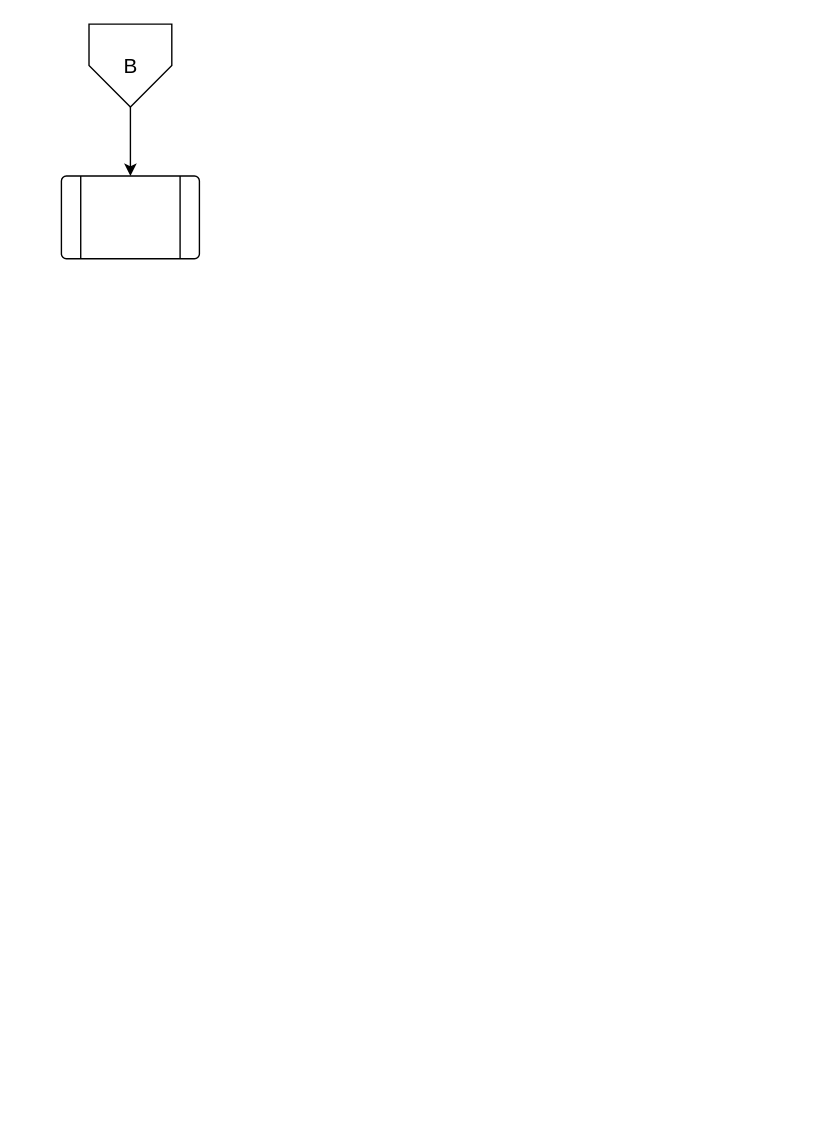
Above: page "flowchart jenis sampah" (16 of 16) of Untitled Diagram.drawio in dreamergirl01/uml_bankSampah (draw.io), before the change. Source tidied: cells renumbered, new cells numbered last; positions are measured from the earlier drawing's top-left corner, leaving out a move shared by most shapes. Both pictures are drawn from the tidied source at 138%, with x=0, y=0 at pixel (61, 23).
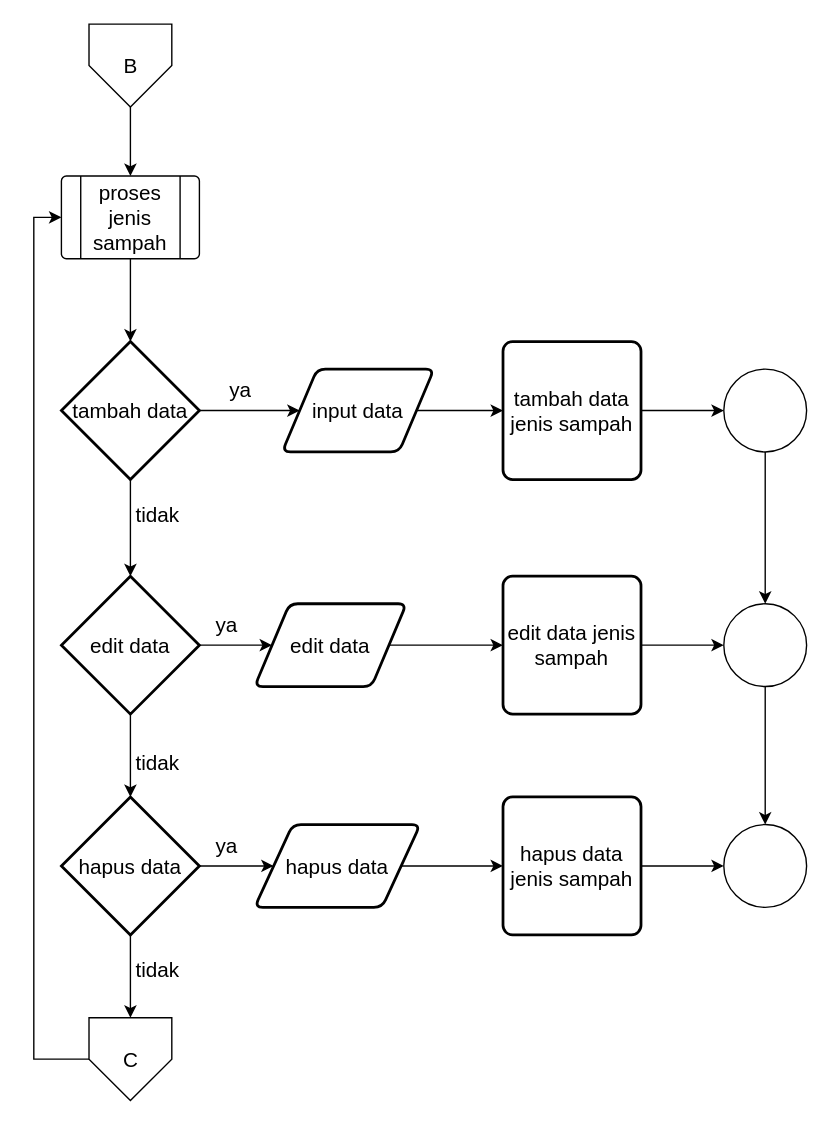
The same diagram, later.

Commit message:
flowchart jenis sampah.drawio

What changed in the source:
```diff
@@
-    <mxCell id="4" style="verticalLabelPosition=bottom;verticalAlign=top;html=1;shape=process;whiteSpace=wrap;rounded=1;size=0.14;arcSize=6;" parent="1" vertex="1">
+    <mxCell id="4" value="proses jenis sampah" style="verticalLabelPosition=middle;verticalAlign=middle;html=1;shape=process;whiteSpace=wrap;rounded=1;size=0.14;arcSize=6;fontSize=15;labelPosition=center;align=center;" parent="1" vertex="1">
       <mxGeometry y="110" width="100" height="60" as="geometry" />
     </mxCell>
+    <mxCell id="5" style="edgeStyle=orthogonalEdgeStyle;rounded=0;jettySize=auto;html=1;" parent="1" edge="1" source="6" target="9">
+      <mxGeometry relative="1" as="geometry" />
+    </mxCell>
+    <mxCell id="6" value="tambah data" style="strokeWidth=2;html=1;shape=mxgraph.flowchart.decision;whiteSpace=wrap;fontSize=15;" parent="1" vertex="1">
+      <mxGeometry y="230" width="100" height="100" as="geometry" />
+    </mxCell>
+    <mxCell id="7" style="edgeStyle=orthogonalEdgeStyle;rounded=0;jettySize=auto;html=1;entryX=0.5;entryY=0;entryDx=0;entryDy=0;entryPerimeter=0;" parent="1" edge="1" source="4" target="6">
+      <mxGeometry relative="1" as="geometry" />
+    </mxCell>
+    <mxCell id="8" style="edgeStyle=orthogonalEdgeStyle;rounded=0;jettySize=auto;html=1;entryX=0;entryY=0.5;entryDx=0;entryDy=0;" parent="1" edge="1" source="9" target="11">
+      <mxGeometry relative="1" as="geometry" />
+    </mxCell>
+    <mxCell id="9" value="input data" style="shape=parallelogram;html=1;strokeWidth=2;perimeter=parallelogramPerimeter;whiteSpace=wrap;rounded=1;arcSize=12;size=0.23;fontSize=15;" parent="1" vertex="1">
+      <mxGeometry x="160" y="250" width="110" height="60" as="geometry" />
+    </mxCell>
+    <mxCell id="10" value="ya" style="text;html=1;align=center;verticalAlign=middle;whiteSpace=wrap;rounded=0;fontSize=15;" parent="1" vertex="1">
+      <mxGeometry x="100" y="250" width="60" height="30" as="geometry" />
+    </mxCell>
+    <mxCell id="11" value="tambah data jenis sampah" style="rounded=1;whiteSpace=wrap;html=1;absoluteArcSize=1;arcSize=14;strokeWidth=2;fontSize=15;" parent="1" vertex="1">
+      <mxGeometry x="320" y="230" width="100" height="100" as="geometry" />
+    </mxCell>
+    <mxCell id="12" style="edgeStyle=orthogonalEdgeStyle;rounded=0;jettySize=auto;html=1;" parent="1" edge="1" source="13" target="21">
+      <mxGeometry relative="1" as="geometry" />
+    </mxCell>
+    <mxCell id="13" style="verticalLabelPosition=bottom;verticalAlign=top;html=1;shape=mxgraph.flowchart.on-page_reference;" parent="1" vertex="1">
+      <mxGeometry x="480" y="250" width="60" height="60" as="geometry" />
+    </mxCell>
+    <mxCell id="14" style="edgeStyle=orthogonalEdgeStyle;rounded=0;jettySize=auto;html=1;entryX=0;entryY=0.5;entryDx=0;entryDy=0;entryPerimeter=0;" parent="1" edge="1" source="11" target="13">
+      <mxGeometry relative="1" as="geometry" />
+    </mxCell>
+    <mxCell id="15" style="edgeStyle=orthogonalEdgeStyle;rounded=0;jettySize=auto;html=1;" parent="1" edge="1" source="16" target="19">
+      <mxGeometry relative="1" as="geometry" />
+    </mxCell>
+    <mxCell id="16" value="edit data" style="strokeWidth=2;html=1;shape=mxgraph.flowchart.decision;whiteSpace=wrap;fontSize=15;" parent="1" vertex="1">
+      <mxGeometry y="400" width="100" height="100" as="geometry" />
+    </mxCell>
+    <mxCell id="17" style="edgeStyle=orthogonalEdgeStyle;rounded=0;jettySize=auto;html=1;entryX=0.5;entryY=0;entryDx=0;entryDy=0;entryPerimeter=0;" parent="1" edge="1" source="6" target="16">
+      <mxGeometry relative="1" as="geometry" />
+    </mxCell>
+    <mxCell id="18" style="edgeStyle=orthogonalEdgeStyle;rounded=0;jettySize=auto;html=1;entryX=0;entryY=0.5;entryDx=0;entryDy=0;" parent="1" edge="1" source="19" target="20">
+      <mxGeometry relative="1" as="geometry" />
+    </mxCell>
+    <mxCell id="19" value="edit data" style="shape=parallelogram;html=1;strokeWidth=2;perimeter=parallelogramPerimeter;whiteSpace=wrap;rounded=1;arcSize=12;size=0.23;fontSize=15;" parent="1" vertex="1">
+      <mxGeometry x="140" y="420" width="110" height="60" as="geometry" />
+    </mxCell>
+    <mxCell id="20" value="edit data jenis sampah" style="rounded=1;whiteSpace=wrap;html=1;absoluteArcSize=1;arcSize=14;strokeWidth=2;fontSize=15;" parent="1" vertex="1">
+      <mxGeometry x="320" y="400" width="100" height="100" as="geometry" />
+    </mxCell>
+    <mxCell id="21" style="verticalLabelPosition=bottom;verticalAlign=top;html=1;shape=mxgraph.flowchart.on-page_reference;" parent="1" vertex="1">
+      <mxGeometry x="480" y="420" width="60" height="60" as="geometry" />
+    </mxCell>
+    <mxCell id="22" style="edgeStyle=orthogonalEdgeStyle;rounded=0;jettySize=auto;html=1;entryX=0;entryY=0.5;entryDx=0;entryDy=0;entryPerimeter=0;" parent="1" edge="1" source="20" target="21">
+      <mxGeometry relative="1" as="geometry" />
+    </mxCell>
+    <mxCell id="23" style="edgeStyle=orthogonalEdgeStyle;rounded=0;jettySize=auto;html=1;entryX=0;entryY=0.5;entryDx=0;entryDy=0;" parent="1" edge="1" source="25" target="28">
+      <mxGeometry relative="1" as="geometry" />
+    </mxCell>
+    <mxCell id="24" style="edgeStyle=orthogonalEdgeStyle;rounded=0;jettySize=auto;html=1;entryX=0.5;entryY=0;entryDx=0;entryDy=0;" parent="1" edge="1" source="25" target="34">
+      <mxGeometry relative="1" as="geometry" />
+    </mxCell>
+    <mxCell id="25" value="hapus data" style="strokeWidth=2;html=1;shape=mxgraph.flowchart.decision;whiteSpace=wrap;fontSize=15;" parent="1" vertex="1">
+      <mxGeometry y="560" width="100" height="100" as="geometry" />
+    </mxCell>
+    <mxCell id="26" style="edgeStyle=orthogonalEdgeStyle;rounded=0;jettySize=auto;html=1;entryX=0.5;entryY=0;entryDx=0;entryDy=0;entryPerimeter=0;" parent="1" edge="1" source="16" target="25">
+      <mxGeometry relative="1" as="geometry" />
+    </mxCell>
+    <mxCell id="27" style="edgeStyle=orthogonalEdgeStyle;rounded=0;jettySize=auto;html=1;entryX=0;entryY=0.5;entryDx=0;entryDy=0;" parent="1" edge="1" source="28" target="29">
+      <mxGeometry relative="1" as="geometry" />
+    </mxCell>
+    <mxCell id="28" value="hapus data" style="shape=parallelogram;html=1;strokeWidth=2;perimeter=parallelogramPerimeter;whiteSpace=wrap;rounded=1;arcSize=12;size=0.23;fontSize=15;" parent="1" vertex="1">
+      <mxGeometry x="140" y="580" width="120" height="60" as="geometry" />
+    </mxCell>
+    <mxCell id="29" value="hapus data jenis sampah" style="rounded=1;whiteSpace=wrap;html=1;absoluteArcSize=1;arcSize=14;strokeWidth=2;fontSize=15;" parent="1" vertex="1">
+      <mxGeometry x="320" y="560" width="100" height="100" as="geometry" />
+    </mxCell>
+    <mxCell id="30" style="verticalLabelPosition=bottom;verticalAlign=top;html=1;shape=mxgraph.flowchart.on-page_reference;" parent="1" vertex="1">
+      <mxGeometry x="480" y="580" width="60" height="60" as="geometry" />
+    </mxCell>
+    <mxCell id="31" style="edgeStyle=orthogonalEdgeStyle;rounded=0;jettySize=auto;html=1;entryX=0;entryY=0.5;entryDx=0;entryDy=0;entryPerimeter=0;" parent="1" edge="1" source="29" target="30">
+      <mxGeometry relative="1" as="geometry" />
+    </mxCell>
+    <mxCell id="32" style="edgeStyle=orthogonalEdgeStyle;rounded=0;jettySize=auto;html=1;entryX=0.5;entryY=0;entryDx=0;entryDy=0;entryPerimeter=0;" parent="1" edge="1" source="21" target="30">
+      <mxGeometry relative="1" as="geometry" />
+    </mxCell>
+    <mxCell id="33" style="edgeStyle=orthogonalEdgeStyle;rounded=0;jettySize=auto;html=1;entryX=0;entryY=0.5;entryDx=0;entryDy=0;" parent="1" edge="1" source="34" target="4">
+      <mxGeometry relative="1" as="geometry">
+        <Array as="points">
+          <mxPoint x="-20" y="750" />
+          <mxPoint x="-20" y="140" />
+        </Array>
+      </mxGeometry>
+    </mxCell>
+    <mxCell id="34" value="C" style="verticalLabelPosition=middle;verticalAlign=middle;html=1;shape=offPageConnector;rounded=0;size=0.5;fontSize=15;labelPosition=center;align=center;" parent="1" vertex="1">
+      <mxGeometry x="20" y="720" width="60" height="60" as="geometry" />
+    </mxCell>
+    <mxCell id="35" value="ya" style="text;html=1;align=center;verticalAlign=middle;whiteSpace=wrap;rounded=0;fontSize=15;" parent="1" vertex="1">
+      <mxGeometry x="90" y="420" width="60" height="30" as="geometry" />
+    </mxCell>
+    <mxCell id="36" value="ya" style="text;html=1;align=center;verticalAlign=middle;whiteSpace=wrap;rounded=0;fontSize=15;" parent="1" vertex="1">
+      <mxGeometry x="90" y="580" width="60" height="30" as="geometry" />
+    </mxCell>
+    <mxCell id="37" value="tidak" style="text;html=1;align=center;verticalAlign=middle;whiteSpace=wrap;rounded=0;fontSize=15;" parent="1" vertex="1">
+      <mxGeometry x="40" y="340" width="60" height="30" as="geometry" />
+    </mxCell>
+    <mxCell id="38" value="tidak" style="text;html=1;align=center;verticalAlign=middle;whiteSpace=wrap;rounded=0;fontSize=15;" parent="1" vertex="1">
+      <mxGeometry x="40" y="520" width="60" height="30" as="geometry" />
+    </mxCell>
+    <mxCell id="39" value="tidak" style="text;html=1;align=center;verticalAlign=middle;whiteSpace=wrap;rounded=0;fontSize=15;" parent="1" vertex="1">
+      <mxGeometry x="40" y="670" width="60" height="30" as="geometry" />
+    </mxCell>
```
